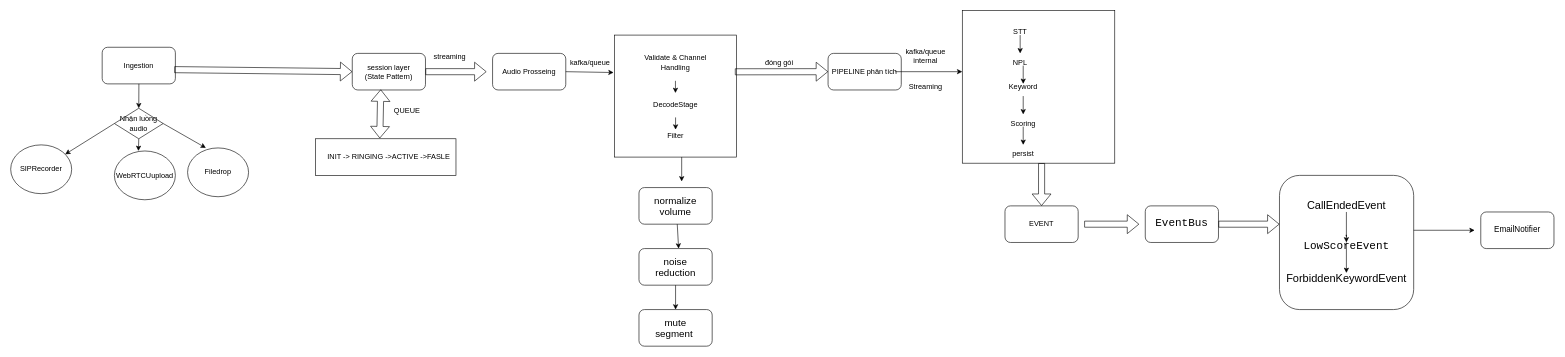
This is CallDesk.drawio from vuongnd03/black-had, a draw.io file, before an edit. Source tidied: cells renumbered, new cells numbered last; positions are measured from the earlier drawing's top-left corner, leaving out a move shared by most shapes. Both pictures are drawn from the tidied source at 61%, with x=0, y=0 at pixel (10, 10).
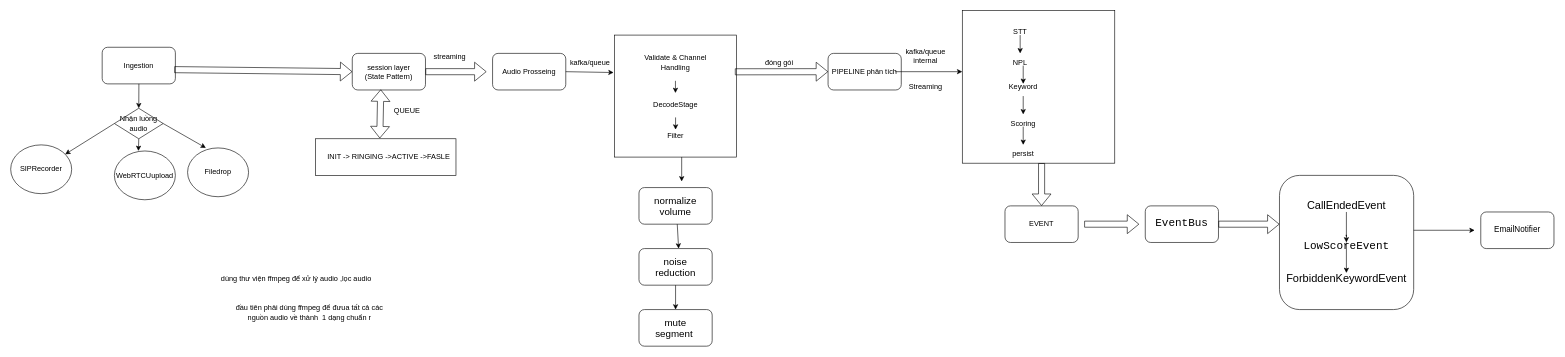
After the change.

Diff of the diagram source:
```diff
@@
+    <mxCell id="63" value="dùng thư viện ffmpeg để xử lý audio ,lọc audio&amp;nbsp;" style="text;html=1;align=center;verticalAlign=middle;whiteSpace=wrap;rounded=0;" parent="1" vertex="1">
+      <mxGeometry x="120" y="380" width="700" height="120" as="geometry" />
+    </mxCell>
+    <mxCell id="64" value="đầu tiên phải dùng ffmpeg để đưua tất cả các nguồn audio về thành&amp;nbsp; 1 dạng chuẩn r" style="text;html=1;align=center;verticalAlign=middle;whiteSpace=wrap;rounded=0;" parent="1" vertex="1">
+      <mxGeometry x="350" y="480" width="280" height="30" as="geometry" />
+    </mxCell>
```
